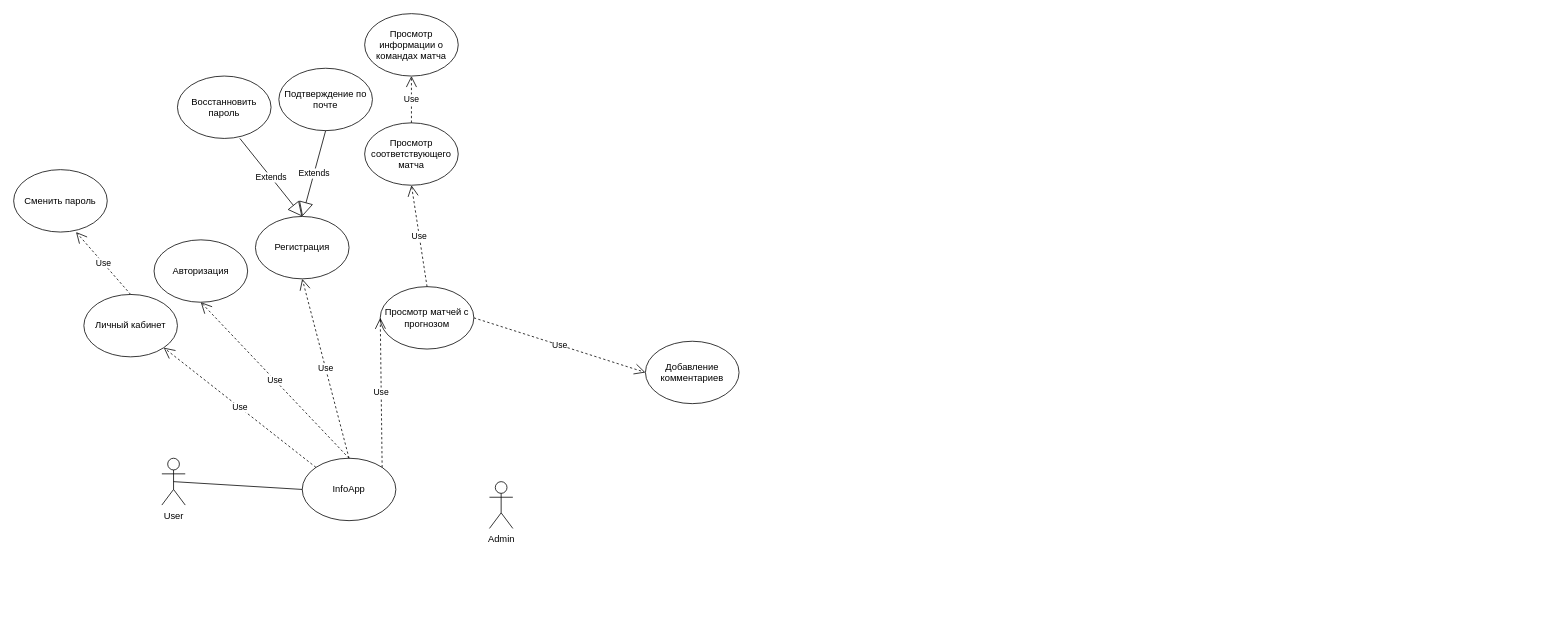
Above: ДВИ ПП.drawio in DarkReduX/Diagrams-for-projects (draw.io), before the change. Source tidied: cells renumbered, new cells numbered last; positions are measured from the earlier drawing's top-left corner, leaving out a move shared by most shapes. Both pictures are drawn from the tidied source at 78%, with x=0, y=0 at pixel (13, 13).
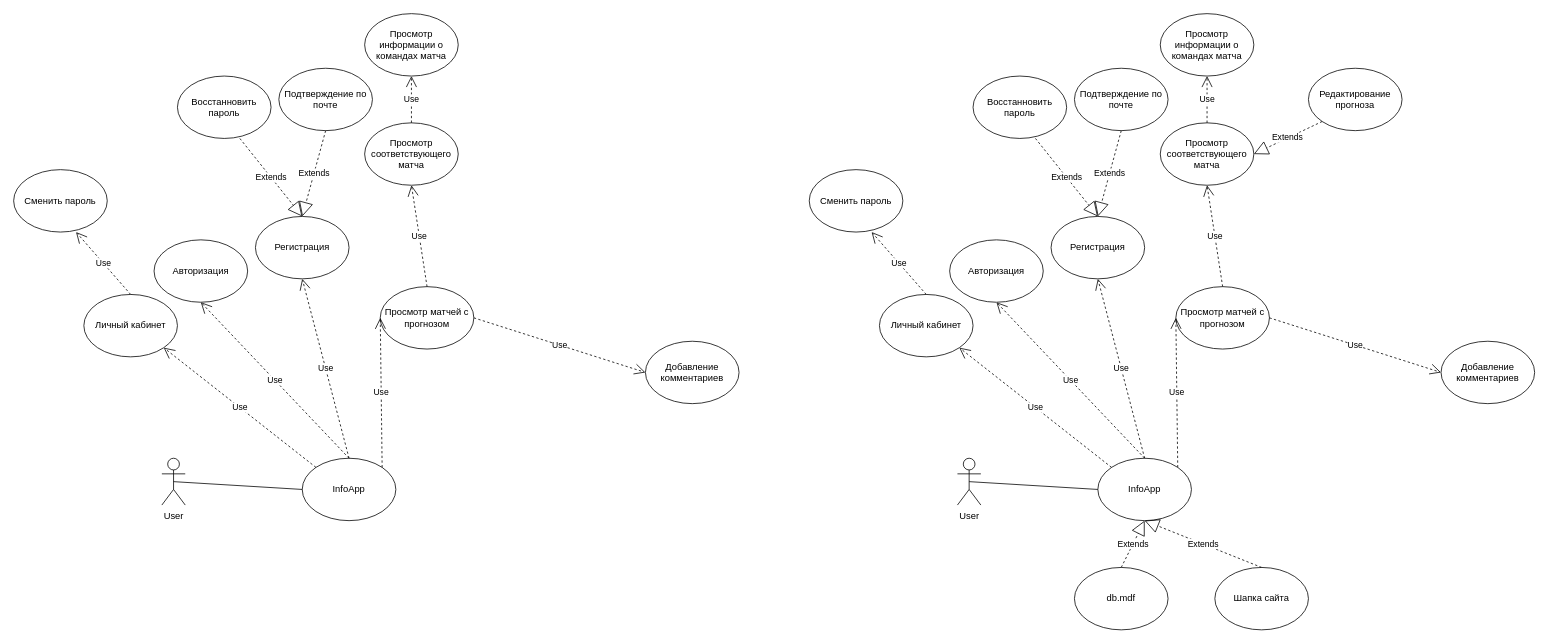
After the change.

Unchanged cells that the change refers to:
```xml
<mxCell id="7" value="Регистрация" style="ellipse;whiteSpace=wrap;html=1;" parent="1" vertex="1">
  <mxGeometry x="310" y="260" width="120" height="80" as="geometry" />
</mxCell>
<mxCell id="10" value="Подтверждение по почте" style="ellipse;whiteSpace=wrap;html=1;" parent="1" vertex="1">
  <mxGeometry x="340" y="70" width="120" height="80" as="geometry" />
</mxCell>
```

The edit, as a diff of the source:
```diff
@@
-    <mxCell id="11" value="Extends" style="endArrow=block;endSize=16;endFill=0;html=1;entryX=0.5;entryY=0;entryDx=0;entryDy=0;exitX=0.5;exitY=1;exitDx=0;exitDy=0;" parent="1" edge="1" source="10" target="7">
+    <mxCell id="11" value="Extends" style="endArrow=block;endSize=16;endFill=0;html=1;entryX=0.5;entryY=0;entryDx=0;entryDy=0;exitX=0.5;exitY=1;exitDx=0;exitDy=0;dashed=1;" parent="1" edge="1" source="10" target="7">
       <mxGeometry relative="1" as="geometry" />
     </mxCell>
-    <mxCell id="12" value="Admin" style="shape=umlActor;verticalLabelPosition=bottom;verticalAlign=top;html=1;" parent="1" vertex="1">
-      <mxGeometry x="610" y="600" width="30" height="60" as="geometry" />
-    </mxCell>
@@
-    <mxCell id="24" value="Extends" style="endArrow=block;endSize=16;endFill=0;html=1;entryX=0.5;entryY=0;entryDx=0;entryDy=0;" parent="1" edge="1" target="7">
+    <mxCell id="24" value="Extends" style="endArrow=block;endSize=16;endFill=0;html=1;entryX=0.5;entryY=0;entryDx=0;entryDy=0;dashed=1;" parent="1" edge="1" target="7">
       <mxGeometry relative="1" as="geometry">
         <mxPoint x="290" y="160" as="sourcePoint" />
       </mxGeometry>
     </mxCell>
@@
+    <mxCell id="26" value="User&lt;br&gt;" style="shape=umlActor;verticalLabelPosition=bottom;verticalAlign=top;html=1;outlineConnect=0;" parent="1" vertex="1">
+      <mxGeometry x="1210" y="570" width="30" height="60" as="geometry" />
+    </mxCell>
+    <mxCell id="27" value="InfoApp" style="ellipse;whiteSpace=wrap;html=1;" parent="1" vertex="1">
+      <mxGeometry x="1390" y="570" width="120" height="80" as="geometry" />
+    </mxCell>
+    <mxCell id="28" style="endArrow=none;html=1;entryX=0;entryY=0.5;entryDx=0;entryDy=0;exitX=0.5;exitY=0.5;exitDx=0;exitDy=0;exitPerimeter=0;" parent="1" edge="1" source="26" target="27">
+      <mxGeometry relative="1" as="geometry" />
+    </mxCell>
+    <mxCell id="29" value="Use" style="endArrow=open;endSize=12;dashed=1;html=1;exitX=0.5;exitY=0;exitDx=0;exitDy=0;entryX=0.5;entryY=1;entryDx=0;entryDy=0;" parent="1" edge="1" source="27" target="30">
+      <mxGeometry relative="1" as="geometry" />
+    </mxCell>
+    <mxCell id="30" value="Авторизация&lt;br&gt;" style="ellipse;whiteSpace=wrap;html=1;" parent="1" vertex="1">
+      <mxGeometry x="1200" y="290" width="120" height="80" as="geometry" />
+    </mxCell>
+    <mxCell id="31" value="Регистрация" style="ellipse;whiteSpace=wrap;html=1;" parent="1" vertex="1">
+      <mxGeometry x="1330" y="260" width="120" height="80" as="geometry" />
+    </mxCell>
+    <mxCell id="32" value="Use" style="endArrow=open;endSize=12;dashed=1;html=1;exitX=0.5;exitY=0;exitDx=0;exitDy=0;entryX=0.5;entryY=1;entryDx=0;entryDy=0;" parent="1" edge="1" source="27" target="31">
+      <mxGeometry relative="1" as="geometry" />
+    </mxCell>
+    <mxCell id="33" value="Просмотр соответствующего матча" style="ellipse;whiteSpace=wrap;html=1;" parent="1" vertex="1">
+      <mxGeometry x="1470" y="140" width="120" height="80" as="geometry" />
+    </mxCell>
+    <mxCell id="34" value="Подтверждение по почте" style="ellipse;whiteSpace=wrap;html=1;" parent="1" vertex="1">
+      <mxGeometry x="1360" y="70" width="120" height="80" as="geometry" />
+    </mxCell>
+    <mxCell id="35" value="Extends" style="endArrow=block;endSize=16;endFill=0;html=1;entryX=0.5;entryY=0;entryDx=0;entryDy=0;exitX=0.5;exitY=1;exitDx=0;exitDy=0;dashed=1;" parent="1" edge="1" source="34" target="31">
+      <mxGeometry relative="1" as="geometry" />
+    </mxCell>
+    <mxCell id="36" value="Просмотр матчей с прогнозом" style="ellipse;whiteSpace=wrap;html=1;" parent="1" vertex="1">
+      <mxGeometry x="1490" y="350" width="120" height="80" as="geometry" />
+    </mxCell>
+    <mxCell id="37" value="Use" style="endArrow=open;endSize=12;dashed=1;html=1;exitX=1;exitY=0;exitDx=0;exitDy=0;entryX=0;entryY=0.5;entryDx=0;entryDy=0;" parent="1" edge="1" source="27" target="36">
+      <mxGeometry relative="1" as="geometry" />
+    </mxCell>
+    <mxCell id="38" value="Use" style="endArrow=open;endSize=12;dashed=1;html=1;exitX=0.5;exitY=0;exitDx=0;exitDy=0;entryX=0.5;entryY=1;entryDx=0;entryDy=0;" parent="1" edge="1" source="36" target="33">
+      <mxGeometry relative="1" as="geometry" />
+    </mxCell>
+    <mxCell id="39" value="Use" style="endArrow=open;endSize=12;dashed=1;html=1;exitX=1;exitY=0.5;exitDx=0;exitDy=0;" parent="1" edge="1" source="36">
+      <mxGeometry relative="1" as="geometry">
+        <mxPoint x="1830" y="460" as="targetPoint" />
+      </mxGeometry>
+    </mxCell>
+    <mxCell id="40" value="Добавление комментариев" style="ellipse;whiteSpace=wrap;html=1;" parent="1" vertex="1">
+      <mxGeometry x="1830" y="420" width="120" height="80" as="geometry" />
+    </mxCell>
+    <mxCell id="41" value="Просмотр информации о командах матча" style="ellipse;whiteSpace=wrap;html=1;" parent="1" vertex="1">
+      <mxGeometry x="1470" width="120" height="80" as="geometry" />
+    </mxCell>
+    <mxCell id="42" value="Use" style="endArrow=open;endSize=12;dashed=1;html=1;exitX=0.5;exitY=0;exitDx=0;exitDy=0;entryX=0.5;entryY=1;entryDx=0;entryDy=0;" parent="1" edge="1" source="33" target="41">
+      <mxGeometry relative="1" as="geometry" />
+    </mxCell>
+    <mxCell id="43" value="Личный кабинет" style="ellipse;whiteSpace=wrap;html=1;" parent="1" vertex="1">
+      <mxGeometry x="1110" y="360" width="120" height="80" as="geometry" />
+    </mxCell>
+    <mxCell id="44" value="Use" style="endArrow=open;endSize=12;dashed=1;html=1;exitX=0;exitY=0;exitDx=0;exitDy=0;entryX=1;entryY=1;entryDx=0;entryDy=0;" parent="1" edge="1" source="27" target="43">
+      <mxGeometry relative="1" as="geometry" />
+    </mxCell>
+    <mxCell id="45" value="Use" style="endArrow=open;endSize=12;dashed=1;html=1;exitX=0.5;exitY=0;exitDx=0;exitDy=0;" parent="1" edge="1" source="43">
+      <mxGeometry relative="1" as="geometry">
+        <mxPoint x="1100" y="280" as="targetPoint" />
+      </mxGeometry>
+    </mxCell>
+    <mxCell id="46" value="Сменить пароль" style="ellipse;whiteSpace=wrap;html=1;" parent="1" vertex="1">
+      <mxGeometry x="1020" y="200" width="120" height="80" as="geometry" />
+    </mxCell>
+    <mxCell id="47" value="Extends" style="endArrow=block;endSize=16;endFill=0;html=1;entryX=0.5;entryY=0;entryDx=0;entryDy=0;dashed=1;" parent="1" edge="1" target="31">
+      <mxGeometry relative="1" as="geometry">
+        <mxPoint x="1310" y="160" as="sourcePoint" />
+      </mxGeometry>
+    </mxCell>
+    <mxCell id="48" value="Восстанновить пароль" style="ellipse;whiteSpace=wrap;html=1;" parent="1" vertex="1">
+      <mxGeometry x="1230" y="80" width="120" height="80" as="geometry" />
+    </mxCell>
+    <mxCell id="49" value="Редактирование прогноза" style="ellipse;whiteSpace=wrap;html=1;" parent="1" vertex="1">
+      <mxGeometry x="1660" y="70" width="120" height="80" as="geometry" />
+    </mxCell>
+    <mxCell id="50" value="Extends" style="endArrow=block;endSize=16;endFill=0;html=1;entryX=1;entryY=0.5;entryDx=0;entryDy=0;exitX=0;exitY=1;exitDx=0;exitDy=0;dashed=1;" parent="1" edge="1" source="49" target="33">
+      <mxGeometry relative="1" as="geometry" />
+    </mxCell>
+    <mxCell id="51" value="db.mdf" style="ellipse;whiteSpace=wrap;html=1;" parent="1" vertex="1">
+      <mxGeometry x="1360" y="710" width="120" height="80" as="geometry" />
+    </mxCell>
+    <mxCell id="52" value="Extends" style="endArrow=block;endSize=16;endFill=0;html=1;entryX=0.5;entryY=1;entryDx=0;entryDy=0;exitX=0.5;exitY=0;exitDx=0;exitDy=0;dashed=1;" parent="1" edge="1" source="51" target="27">
+      <mxGeometry relative="1" as="geometry" />
+    </mxCell>
+    <mxCell id="53" value="Шапка сайта" style="ellipse;whiteSpace=wrap;html=1;" parent="1" vertex="1">
+      <mxGeometry x="1540" y="710" width="120" height="80" as="geometry" />
+    </mxCell>
+    <mxCell id="54" value="Extends" style="endArrow=block;endSize=16;endFill=0;html=1;entryX=0.5;entryY=1;entryDx=0;entryDy=0;exitX=0.5;exitY=0;exitDx=0;exitDy=0;dashed=1;" parent="1" edge="1" source="53" target="27">
+      <mxGeometry relative="1" as="geometry" />
+    </mxCell>
```
